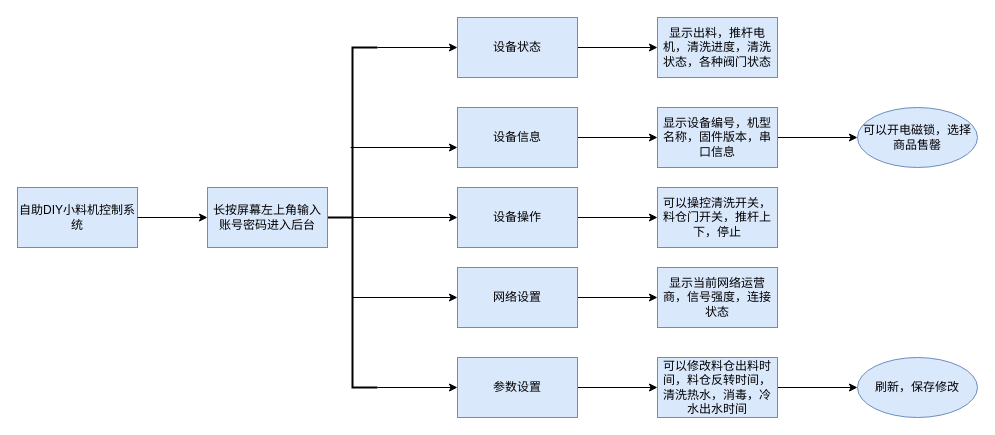
This is 奶茶机.drawio from jessonyu/AndroidNotes, a draw.io file, before an edit. Source tidied: cells renumbered, new cells numbered last; positions are measured from the earlier drawing's top-left corner, leaving out a move shared by most shapes. Both pictures are drawn from the tidied source at 100%, with x=0, y=0 at pixel (17, 17).
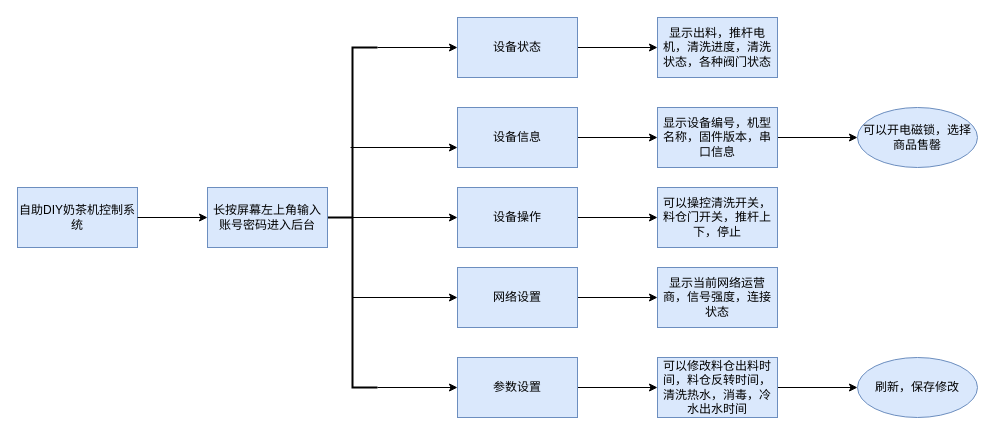
The same diagram, later.

The edit, as a diff of the source:
```diff
@@
-    <mxCell id="2" value="自助DIY小料机控制系统" style="rounded=0;whiteSpace=wrap;html=1;fillColor=#dae8fc;strokeColor=#6c8ebf;" parent="1" vertex="1">
+    <mxCell id="2" value="自助DIY奶茶机控制系统" style="rounded=0;whiteSpace=wrap;html=1;fillColor=#dae8fc;strokeColor=#6c8ebf;" parent="1" vertex="1">
       <mxGeometry y="170" width="120" height="60" as="geometry" />
     </mxCell>
```
